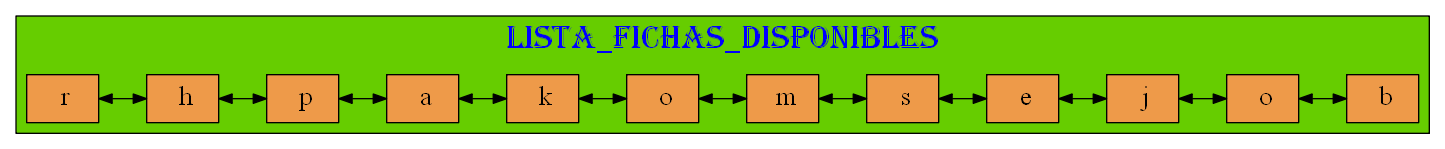
Above: Graficas/LD_Fichas_Jugador.dot.png in mariotun/EDD_1S2020_PY1_201602942 (Graphviz), before the change. Its source is kept beside it as Graficas/LD_Fichas_Jugador.dot.
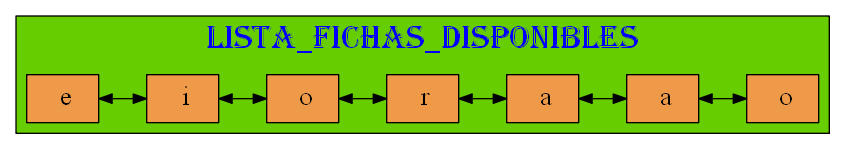
The same diagram one commit later.

Diff of the diagram source:
```diff
@@ -12,32 +12,22 @@
 style=filled
 fillcolor=chartreuse3
 labelloc=t;{rank=same;
-25770344240[label=" r"];
-25770344320[label=" h"];
-25770344400[label=" p"];
-25770344480[label=" a"];
-25770344560[label=" k"];
-25770344640[label=" o"];
-25770344720[label=" m"];
-25770344800[label=" s"];
-25770344880[label=" e"];
-25770344960[label=" j"];
-25770345040[label=" o"];
-25770345120[label=" b"];
+25770483472[label=" e"];
+25770483392[label=" i"];
+25770483312[label=" o"];
+25770483232[label=" r"];
+25770483152[label=" a"];
+25770483072[label=" a"];
+25770482992[label=" o"];
 };
 
-25770344240->
-25770344320->
-25770344400->
-25770344480->
-25770344560->
-25770344640->
-25770344720->
-25770344800->
-25770344880->
-25770344960->
-25770345040->
-25770345120
+25770483472->
+25770483392->
+25770483312->
+25770483232->
+25770483152->
+25770483072->
+25770482992
 [dir=both  color=black];
 
  }
```
